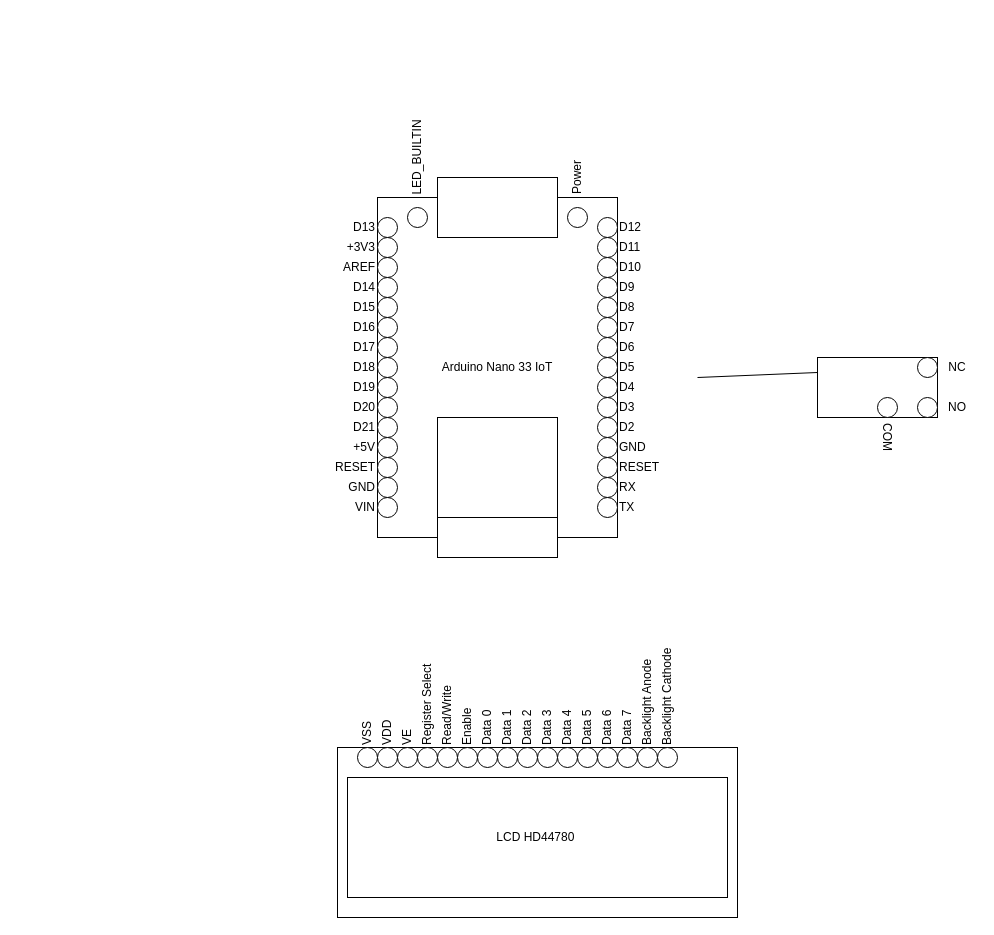
Earlier version of the draw.io diagram wiring diagram.drawio (Matt-and-Gib/gleemail). Source tidied: cells renumbered, new cells numbered last; positions are measured from the earlier drawing's top-left corner, leaving out a move shared by most shapes. Both pictures are drawn from the tidied source at 100%, with x=0, y=0 at pixel (337, 147).
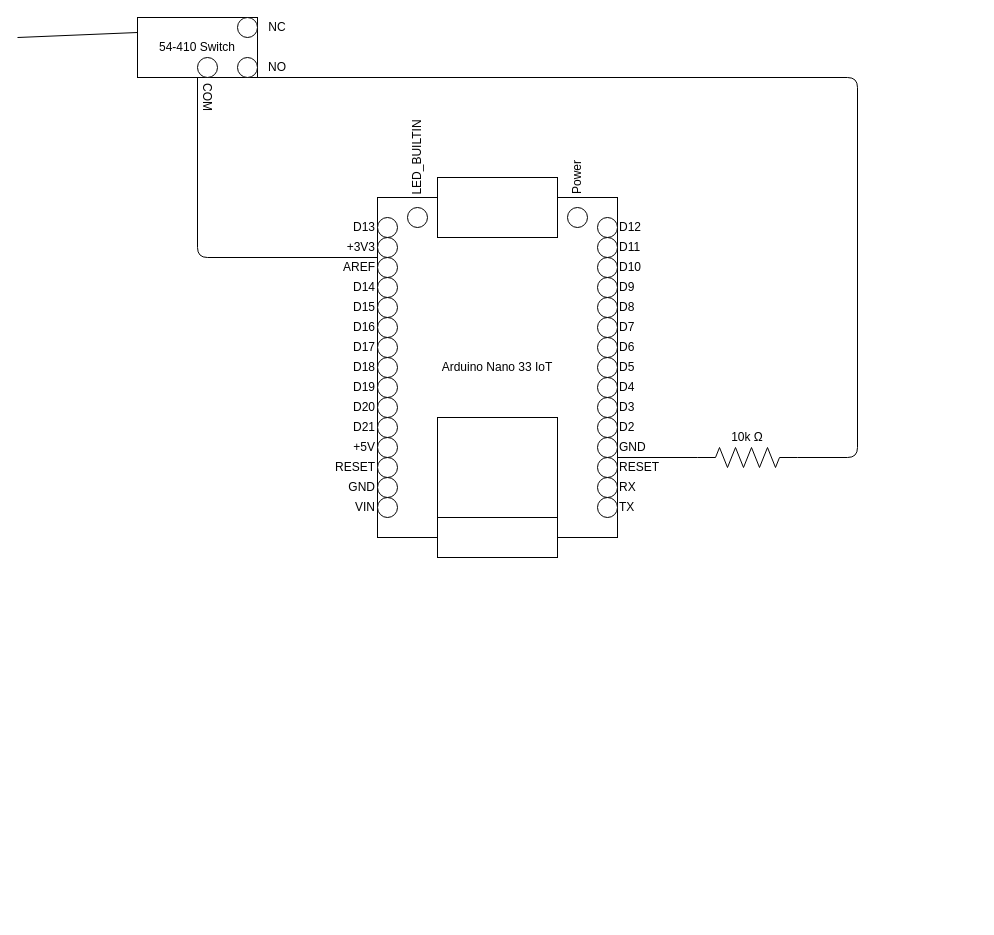
After the change.

Commit message:
Finished switch for diagram

Diff of the diagram source:
```diff
@@
-    <mxCell id="70" parent="0" />
-    <mxCell id="71" style="rounded=0;whiteSpace=wrap;html=1;" parent="70" vertex="1">
-      <mxGeometry y="600" width="400" height="170" as="geometry" />
-    </mxCell>
-    <mxCell id="72" value="LCD&amp;nbsp;&lt;span class=&quot;a-list-item&quot;&gt;HD44780&amp;nbsp;&lt;/span&gt;" style="rounded=0;whiteSpace=wrap;html=1;" parent="70" vertex="1">
-      <mxGeometry x="10" y="630" width="380" height="120" as="geometry" />
-    </mxCell>
-    <mxCell id="73" style="ellipse;whiteSpace=wrap;html=1;" parent="70" vertex="1">
-      <mxGeometry x="20" y="600" width="20" height="20" as="geometry" />
-    </mxCell>
-    <mxCell id="74" style="ellipse;whiteSpace=wrap;html=1;" parent="70" vertex="1">
-      <mxGeometry x="40" y="600" width="20" height="20" as="geometry" />
-    </mxCell>
-    <mxCell id="75" style="ellipse;whiteSpace=wrap;html=1;" parent="70" vertex="1">
-      <mxGeometry x="60" y="600" width="20" height="20" as="geometry" />
-    </mxCell>
-    <mxCell id="76" style="ellipse;whiteSpace=wrap;html=1;" parent="70" vertex="1">
-      <mxGeometry x="80" y="600" width="20" height="20" as="geometry" />
-    </mxCell>
-    <mxCell id="77" style="ellipse;whiteSpace=wrap;html=1;" parent="70" vertex="1">
-      <mxGeometry x="100" y="600" width="20" height="20" as="geometry" />
-    </mxCell>
-    <mxCell id="78" style="ellipse;whiteSpace=wrap;html=1;" parent="70" vertex="1">
-      <mxGeometry x="120" y="600" width="20" height="20" as="geometry" />
-    </mxCell>
-    <mxCell id="79" style="ellipse;whiteSpace=wrap;html=1;" parent="70" vertex="1">
-      <mxGeometry x="140" y="600" width="20" height="20" as="geometry" />
-    </mxCell>
-    <mxCell id="80" style="ellipse;whiteSpace=wrap;html=1;" parent="70" vertex="1">
-      <mxGeometry x="160" y="600" width="20" height="20" as="geometry" />
-    </mxCell>
-    <mxCell id="81" style="ellipse;whiteSpace=wrap;html=1;" parent="70" vertex="1">
-      <mxGeometry x="180" y="600" width="20" height="20" as="geometry" />
-    </mxCell>
-    <mxCell id="82" style="ellipse;whiteSpace=wrap;html=1;" parent="70" vertex="1">
-      <mxGeometry x="200" y="600" width="20" height="20" as="geometry" />
-    </mxCell>
-    <mxCell id="83" style="ellipse;whiteSpace=wrap;html=1;" parent="70" vertex="1">
-      <mxGeometry x="220" y="600" width="20" height="20" as="geometry" />
-    </mxCell>
-    <mxCell id="84" style="ellipse;whiteSpace=wrap;html=1;" parent="70" vertex="1">
-      <mxGeometry x="240" y="600" width="20" height="20" as="geometry" />
-    </mxCell>
-    <mxCell id="85" style="ellipse;whiteSpace=wrap;html=1;" parent="70" vertex="1">
-      <mxGeometry x="260" y="600" width="20" height="20" as="geometry" />
-    </mxCell>
-    <mxCell id="86" style="ellipse;whiteSpace=wrap;html=1;" parent="70" vertex="1">
-      <mxGeometry x="280" y="600" width="20" height="20" as="geometry" />
-    </mxCell>
-    <mxCell id="87" style="ellipse;whiteSpace=wrap;html=1;" parent="70" vertex="1">
-      <mxGeometry x="300" y="600" width="20" height="20" as="geometry" />
-    </mxCell>
-    <mxCell id="88" style="ellipse;whiteSpace=wrap;html=1;" parent="70" vertex="1">
-      <mxGeometry x="320" y="600" width="20" height="20" as="geometry" />
-    </mxCell>
-    <mxCell id="89" value="VSS" style="text;html=1;strokeColor=none;fillColor=none;align=left;verticalAlign=middle;whiteSpace=wrap;rounded=0;rotation=-90;" parent="70" vertex="1">
-      <mxGeometry x="10" y="570" width="40" height="20" as="geometry" />
-    </mxCell>
-    <mxCell id="90" value="VDD" style="text;html=1;strokeColor=none;fillColor=none;align=left;verticalAlign=middle;whiteSpace=wrap;rounded=0;rotation=-90;" parent="70" vertex="1">
-      <mxGeometry x="30" y="570" width="40" height="20" as="geometry" />
-    </mxCell>
-    <mxCell id="91" value="VE" style="text;html=1;strokeColor=none;fillColor=none;align=left;verticalAlign=middle;whiteSpace=wrap;rounded=0;rotation=-90;" parent="70" vertex="1">
-      <mxGeometry x="50" y="570" width="40" height="20" as="geometry" />
-    </mxCell>
-    <mxCell id="92" value="Register Select" style="text;html=1;strokeColor=none;fillColor=none;align=left;verticalAlign=middle;whiteSpace=wrap;rounded=0;rotation=-90;" parent="70" vertex="1">
-      <mxGeometry x="45" y="545" width="90" height="20" as="geometry" />
-    </mxCell>
-    <mxCell id="93" value="Read/Write" style="text;html=1;strokeColor=none;fillColor=none;align=left;verticalAlign=middle;whiteSpace=wrap;rounded=0;rotation=-90;" parent="70" vertex="1">
-      <mxGeometry x="75" y="555" width="70" height="20" as="geometry" />
-    </mxCell>
-    <mxCell id="94" value="Enable" style="text;html=1;strokeColor=none;fillColor=none;align=left;verticalAlign=middle;whiteSpace=wrap;rounded=0;rotation=-90;" parent="70" vertex="1">
-      <mxGeometry x="110" y="570" width="40" height="20" as="geometry" />
-    </mxCell>
-    <mxCell id="95" value="Data 0" style="text;html=1;strokeColor=none;fillColor=none;align=left;verticalAlign=middle;whiteSpace=wrap;rounded=0;rotation=-90;" parent="70" vertex="1">
-      <mxGeometry x="130" y="570" width="40" height="20" as="geometry" />
-    </mxCell>
-    <mxCell id="96" value="Data 1" style="text;html=1;strokeColor=none;fillColor=none;align=left;verticalAlign=middle;whiteSpace=wrap;rounded=0;rotation=-90;" parent="70" vertex="1">
-      <mxGeometry x="150" y="570" width="40" height="20" as="geometry" />
-    </mxCell>
-    <mxCell id="97" value="Data 2" style="text;html=1;strokeColor=none;fillColor=none;align=left;verticalAlign=middle;whiteSpace=wrap;rounded=0;rotation=-90;" parent="70" vertex="1">
-      <mxGeometry x="170" y="570" width="40" height="20" as="geometry" />
-    </mxCell>
-    <mxCell id="98" value="Data 3" style="text;html=1;strokeColor=none;fillColor=none;align=left;verticalAlign=middle;whiteSpace=wrap;rounded=0;rotation=-90;" parent="70" vertex="1">
-      <mxGeometry x="190" y="570" width="40" height="20" as="geometry" />
-    </mxCell>
-    <mxCell id="99" value="Data 4" style="text;html=1;strokeColor=none;fillColor=none;align=left;verticalAlign=middle;whiteSpace=wrap;rounded=0;rotation=-90;" parent="70" vertex="1">
-      <mxGeometry x="210" y="570" width="40" height="20" as="geometry" />
-    </mxCell>
-    <mxCell id="100" value="Data 5" style="text;html=1;strokeColor=none;fillColor=none;align=left;verticalAlign=middle;whiteSpace=wrap;rounded=0;rotation=-90;" parent="70" vertex="1">
-      <mxGeometry x="230" y="570" width="40" height="20" as="geometry" />
-    </mxCell>
-    <mxCell id="101" value="Data 6" style="text;html=1;strokeColor=none;fillColor=none;align=left;verticalAlign=middle;whiteSpace=wrap;rounded=0;rotation=-90;" parent="70" vertex="1">
-      <mxGeometry x="250" y="570" width="40" height="20" as="geometry" />
-    </mxCell>
-    <mxCell id="102" value="Data 7" style="text;html=1;strokeColor=none;fillColor=none;align=left;verticalAlign=middle;whiteSpace=wrap;rounded=0;rotation=-90;" parent="70" vertex="1">
-      <mxGeometry x="270" y="570" width="40" height="20" as="geometry" />
-    </mxCell>
-    <mxCell id="103" value="Backlight Anode" style="text;html=1;strokeColor=none;fillColor=none;align=left;verticalAlign=middle;whiteSpace=wrap;rounded=0;rotation=-90;" parent="70" vertex="1">
-      <mxGeometry x="265" y="545" width="90" height="20" as="geometry" />
-    </mxCell>
-    <mxCell id="104" value="Backlight Cathode" style="text;html=1;strokeColor=none;fillColor=none;align=left;verticalAlign=middle;whiteSpace=wrap;rounded=0;rotation=-90;" parent="70" vertex="1">
-      <mxGeometry x="280" y="540" width="100" height="20" as="geometry" />
-    </mxCell>
@@
-    <mxCell id="106" style="rounded=0;whiteSpace=wrap;html=1;align=left;" parent="105" vertex="1">
-      <mxGeometry x="480" y="210" width="120" height="60" as="geometry" />
+    <mxCell id="106" value="54-410 Switch" style="rounded=0;whiteSpace=wrap;html=1;align=center;" parent="105" vertex="1">
+      <mxGeometry x="-200" y="-130" width="120" height="60" as="geometry" />
     </mxCell>
     <mxCell id="107" style="ellipse;whiteSpace=wrap;html=1;" parent="105" vertex="1">
-      <mxGeometry x="580" y="210" width="20" height="20" as="geometry" />
+      <mxGeometry x="-100" y="-130" width="20" height="20" as="geometry" />
     </mxCell>
     <mxCell id="108" style="ellipse;whiteSpace=wrap;html=1;" parent="105" vertex="1">
-      <mxGeometry x="580" y="250" width="20" height="20" as="geometry" />
+      <mxGeometry x="-100" y="-90" width="20" height="20" as="geometry" />
     </mxCell>
     <mxCell id="109" style="ellipse;whiteSpace=wrap;html=1;" parent="105" vertex="1">
-      <mxGeometry x="540" y="250" width="20" height="20" as="geometry" />
+      <mxGeometry x="-140" y="-90" width="20" height="20" as="geometry" />
     </mxCell>
     <mxCell id="110" style="endArrow=none;html=1;entryX=0;entryY=0.25;entryDx=0;entryDy=0;" parent="105" edge="1" target="106">
       <mxGeometry relative="1" as="geometry">
-        <mxPoint x="360" y="230" as="sourcePoint" />
+        <mxPoint x="-320" y="-110" as="sourcePoint" />
       </mxGeometry>
     </mxCell>
     <mxCell id="111" value="NC" style="text;html=1;strokeColor=none;fillColor=none;align=center;verticalAlign=middle;whiteSpace=wrap;rounded=0;" parent="105" vertex="1">
-      <mxGeometry x="600" y="210" width="40" height="20" as="geometry" />
+      <mxGeometry x="-80" y="-130" width="40" height="20" as="geometry" />
     </mxCell>
     <mxCell id="112" value="NO" style="text;html=1;strokeColor=none;fillColor=none;align=center;verticalAlign=middle;whiteSpace=wrap;rounded=0;" parent="105" vertex="1">
-      <mxGeometry x="600" y="250" width="40" height="20" as="geometry" />
+      <mxGeometry x="-80" y="-90" width="40" height="20" as="geometry" />
     </mxCell>
     <mxCell id="113" value="COM" style="text;html=1;strokeColor=none;fillColor=none;align=center;verticalAlign=middle;whiteSpace=wrap;rounded=0;rotation=90;" parent="105" vertex="1">
-      <mxGeometry x="530" y="280" width="40" height="20" as="geometry" />
+      <mxGeometry x="-150" y="-60" width="40" height="20" as="geometry" />
     </mxCell>
+    <mxCell id="114" parent="0" />
+    <mxCell id="115" style="endArrow=none;html=1;entryX=0;entryY=1;entryDx=0;entryDy=0;exitX=1;exitY=1;exitDx=0;exitDy=0;" parent="114" edge="1">
+      <mxGeometry relative="1" as="geometry">
+        <mxPoint x="40" y="110" as="sourcePoint" />
+        <mxPoint x="-140" y="-70" as="targetPoint" />
+        <Array as="points">
+          <mxPoint x="-140" y="110" />
+        </Array>
+      </mxGeometry>
+    </mxCell>
+    <mxCell id="116" style="verticalLabelPosition=bottom;shadow=0;dashed=0;align=center;html=1;verticalAlign=top;shape=mxgraph.electrical.resistors.resistor_2;" parent="114" vertex="1">
+      <mxGeometry x="360" y="300" width="100" height="20" as="geometry" />
+    </mxCell>
+    <mxCell id="117" value="10k Ω" style="text;html=1;strokeColor=none;fillColor=none;align=center;verticalAlign=middle;whiteSpace=wrap;rounded=0;" parent="114" vertex="1">
+      <mxGeometry x="390" y="280" width="40" height="20" as="geometry" />
+    </mxCell>
+    <mxCell id="118" style="endArrow=none;html=1;entryX=0;entryY=1;entryDx=0;entryDy=0;exitX=0;exitY=0.5;exitDx=0;exitDy=0;exitPerimeter=0;" parent="114" edge="1" source="116">
+      <mxGeometry relative="1" as="geometry">
+        <mxPoint x="280" y="310" as="targetPoint" />
+      </mxGeometry>
+    </mxCell>
+    <mxCell id="119" style="endArrow=none;html=1;exitX=1;exitY=0.5;exitDx=0;exitDy=0;exitPerimeter=0;entryX=0;entryY=1;entryDx=0;entryDy=0;" parent="114" edge="1" source="116">
+      <mxGeometry relative="1" as="geometry">
+        <mxPoint x="-80" y="-70" as="targetPoint" />
+        <Array as="points">
+          <mxPoint x="520" y="310" />
+          <mxPoint x="520" y="-70" />
+        </Array>
+      </mxGeometry>
+    </mxCell>
```
